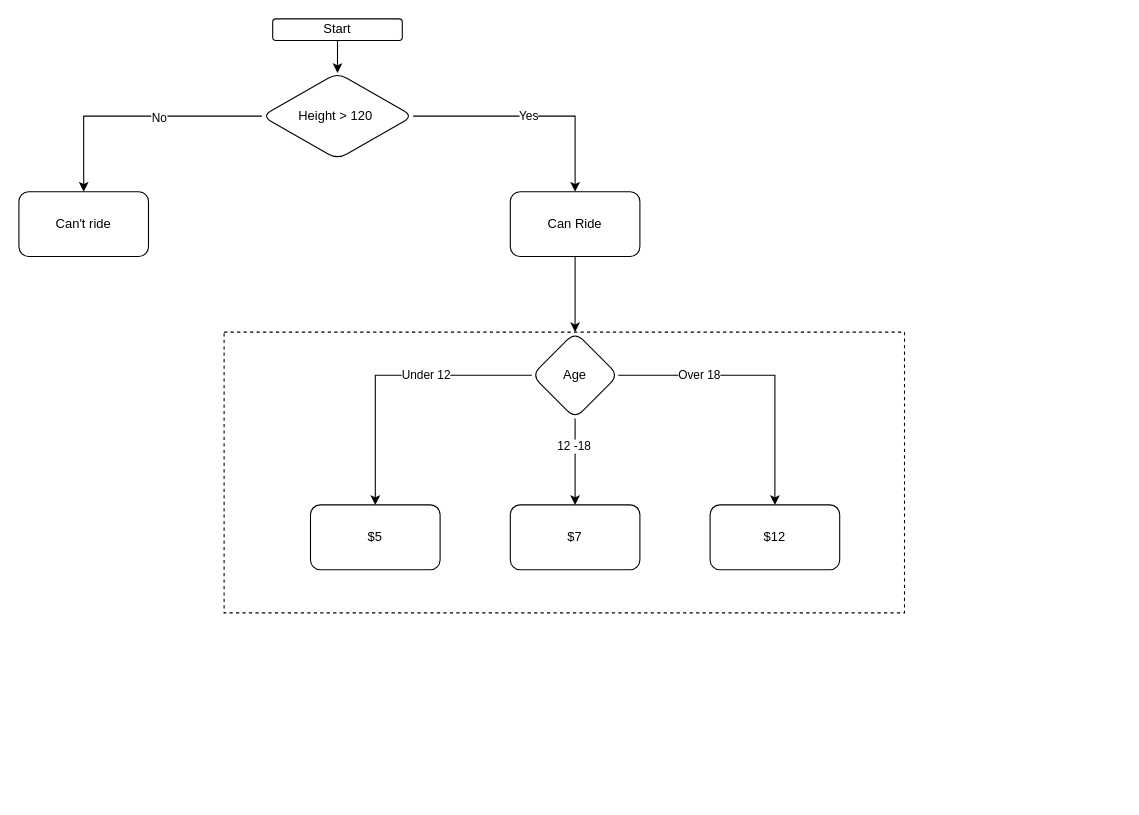
Above: Untitled Diagram.drawio in hespent/rake-fun (draw.io), before the change. Source tidied: cells renumbered, new cells numbered last; positions are measured from the earlier drawing's top-left corner, leaving out a move shared by most shapes. Both pictures are drawn from the tidied source at 108%, with x=0, y=0 at pixel (18, 18).
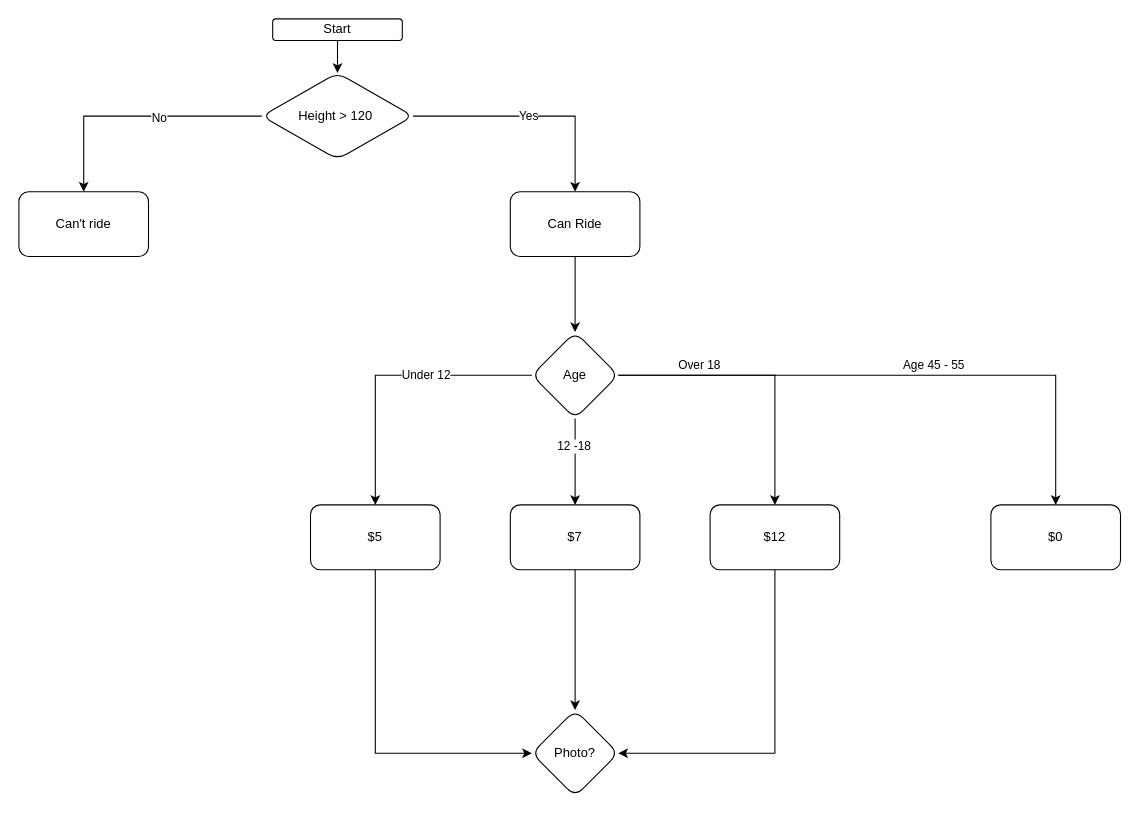
The same diagram, later.

Commit message:
Added new age condition

The change refers to these unchanged cells:
```xml
<mxCell id="14" style="edgeStyle=orthogonalEdgeStyle;rounded=0;jettySize=auto;html=1;" parent="1" edge="1" source="18" target="20">
  <mxGeometry relative="1" as="geometry" />
</mxCell>
<mxCell id="18" value="Age" style="rhombus;whiteSpace=wrap;html=1;rounded=1;" parent="1" vertex="1">
  <mxGeometry x="475" y="290" width="80" height="80" as="geometry" />
</mxCell>
<mxCell id="19" value="$5" style="whiteSpace=wrap;html=1;rounded=1;" parent="1" vertex="1">
  <mxGeometry x="270" y="450" width="120" height="60" as="geometry" />
</mxCell>
<mxCell id="20" value="$12" style="whiteSpace=wrap;html=1;rounded=1;" parent="1" vertex="1">
  <mxGeometry x="640" y="450" width="120" height="60" as="geometry" />
</mxCell>
<mxCell id="21" value="$7" style="whiteSpace=wrap;html=1;rounded=1;" parent="1" vertex="1">
  <mxGeometry x="455" y="450" width="120" height="60" as="geometry" />
</mxCell>
```

Diff of the diagram source:
```diff
@@
     <mxCell id="15" value="Over 18" style="edgeLabel;html=1;align=center;verticalAlign=middle;" parent="14" vertex="1">
-      <mxGeometry x="-0.44" y="1" relative="1" as="geometry" />
+      <mxGeometry x="-0.44" y="1" relative="1" as="geometry">
+        <mxPoint y="-9" as="offset" />
+      </mxGeometry>
     </mxCell>
@@
+    <mxCell id="23" style="edgeStyle=orthogonalEdgeStyle;rounded=0;jettySize=auto;html=1;entryX=0.5;entryY=0;entryDx=0;entryDy=0;" parent="1" edge="1" source="18" target="29">
+      <mxGeometry relative="1" as="geometry" />
+    </mxCell>
+    <mxCell id="24" value="Age 45 - 55" style="edgeLabel;html=1;align=center;verticalAlign=middle;" parent="23" vertex="1">
+      <mxGeometry x="0.11" y="2" relative="1" as="geometry">
+        <mxPoint y="-8" as="offset" />
+      </mxGeometry>
+    </mxCell>
@@
+    <mxCell id="25" style="edgeStyle=orthogonalEdgeStyle;rounded=0;jettySize=auto;html=1;entryX=0;entryY=0.5;entryDx=0;entryDy=0;exitX=0.5;exitY=1;exitDx=0;exitDy=0;" parent="1" edge="1" source="19" target="28">
+      <mxGeometry relative="1" as="geometry" />
+    </mxCell>
@@
+    <mxCell id="26" style="edgeStyle=orthogonalEdgeStyle;rounded=0;jettySize=auto;html=1;entryX=1;entryY=0.5;entryDx=0;entryDy=0;exitX=0.5;exitY=1;exitDx=0;exitDy=0;" parent="1" edge="1" source="20" target="28">
+      <mxGeometry relative="1" as="geometry" />
+    </mxCell>
@@
+    <mxCell id="27" style="edgeStyle=orthogonalEdgeStyle;rounded=0;jettySize=auto;html=1;entryX=0.5;entryY=0;entryDx=0;entryDy=0;" parent="1" edge="1" source="21" target="28">
+      <mxGeometry relative="1" as="geometry" />
+    </mxCell>
@@
-    <mxCell id="22" style="rounded=0;whiteSpace=wrap;html=1;fillColor=none;dashed=1;" parent="1" vertex="1">
-      <mxGeometry x="190" y="290" width="630" height="260" as="geometry" />
-    </mxCell>
+    <mxCell id="28" value="Photo?" style="rhombus;whiteSpace=wrap;html=1;rounded=1;" parent="1" vertex="1">
+      <mxGeometry x="475" y="640" width="80" height="80" as="geometry" />
+    </mxCell>
+    <mxCell id="29" value="$0" style="whiteSpace=wrap;html=1;rounded=1;" parent="1" vertex="1">
+      <mxGeometry x="900" y="450" width="120" height="60" as="geometry" />
+    </mxCell>
```
